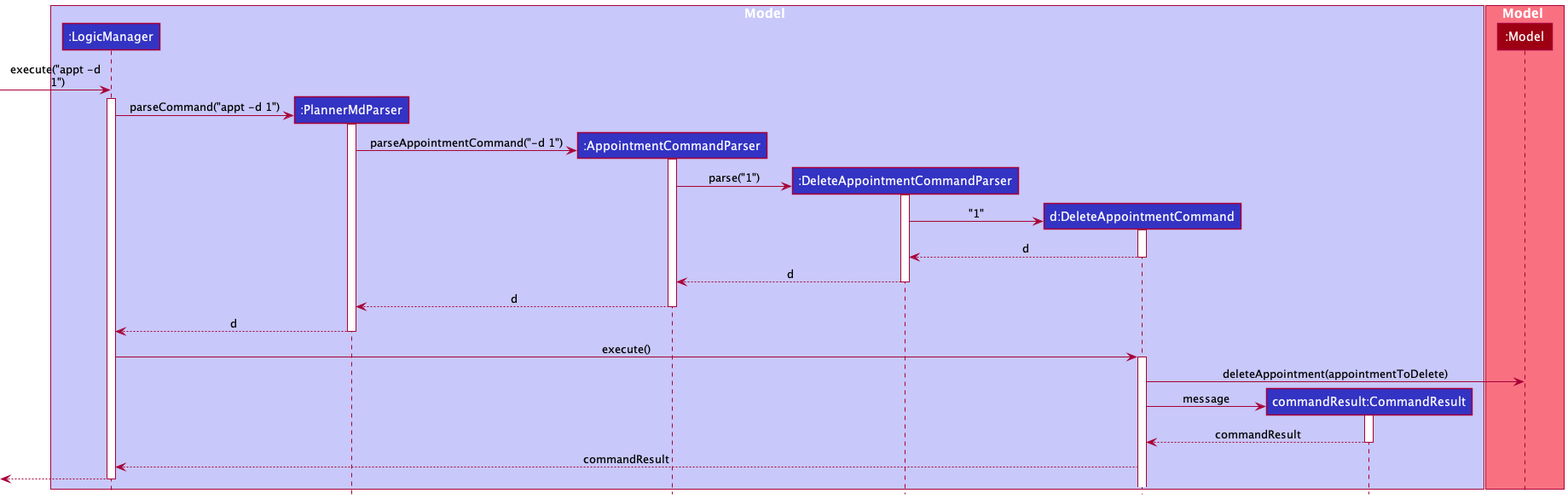
The PlantUML diagram docs/images/DeleteAppointmentSequenceDiagram.png in nus-cs2103-AY2122S1/tp, before a commit. The source it was exported from:
```plantuml
@startuml
!include style.puml

box Model LOGIC_COLOR_T1
participant ":LogicManager" as LogicManager LOGIC_COLOR
participant ":PlannerMdParser" as PlannerMdParser LOGIC_COLOR
participant ":AppointmentCommandParser" as AppointmentCommandParser LOGIC_COLOR
participant ":DeleteAppointmentCommandParser" as DeleteAppointmentCommandParser LOGIC_COLOR
participant "d:DeleteAppointmentCommand" as DeleteAppointmentCommand LOGIC_COLOR
participant "commandResult:CommandResult" as CommandResult LOGIC_COLOR
end box
box Model MODEL_COLOR_T1
participant ":Model" as Model MODEL_COLOR
end box

create LogicManager
[-> LogicManager : execute("appt -d\n 1")
activate LogicManager

create PlannerMdParser
LogicManager -> PlannerMdParser : parseCommand("appt -d 1")
activate PlannerMdParser

create AppointmentCommandParser
PlannerMdParser -> AppointmentCommandParser : parseAppointmentCommand("-d 1")
activate AppointmentCommandParser

create DeleteAppointmentCommandParser
AppointmentCommandParser -> DeleteAppointmentCommandParser : parse("1")
activate DeleteAppointmentCommandParser

create DeleteAppointmentCommand
DeleteAppointmentCommandParser -> DeleteAppointmentCommand : "1"
activate DeleteAppointmentCommand


DeleteAppointmentCommandParser<--DeleteAppointmentCommand : d
deactivate DeleteAppointmentCommand

AppointmentCommandParser <--DeleteAppointmentCommandParser : d
deactivate DeleteAppointmentCommandParser

PlannerMdParser <--AppointmentCommandParser : d
deactivate AppointmentCommandParser

LogicManager <--PlannerMdParser : d
deactivate PlannerMdParser

LogicManager -> DeleteAppointmentCommand : execute()
activate DeleteAppointmentCommand

DeleteAppointmentCommand -> Model : deleteAppointment(appointmentToDelete)

create CommandResult
DeleteAppointmentCommand -> CommandResult : message
activate CommandResult
CommandResult --> DeleteAppointmentCommand : commandResult
deactivate CommandResult

DeleteAppointmentCommand --> LogicManager : commandResult

[<--LogicManager
deactivate LogicManager

@enduml
```
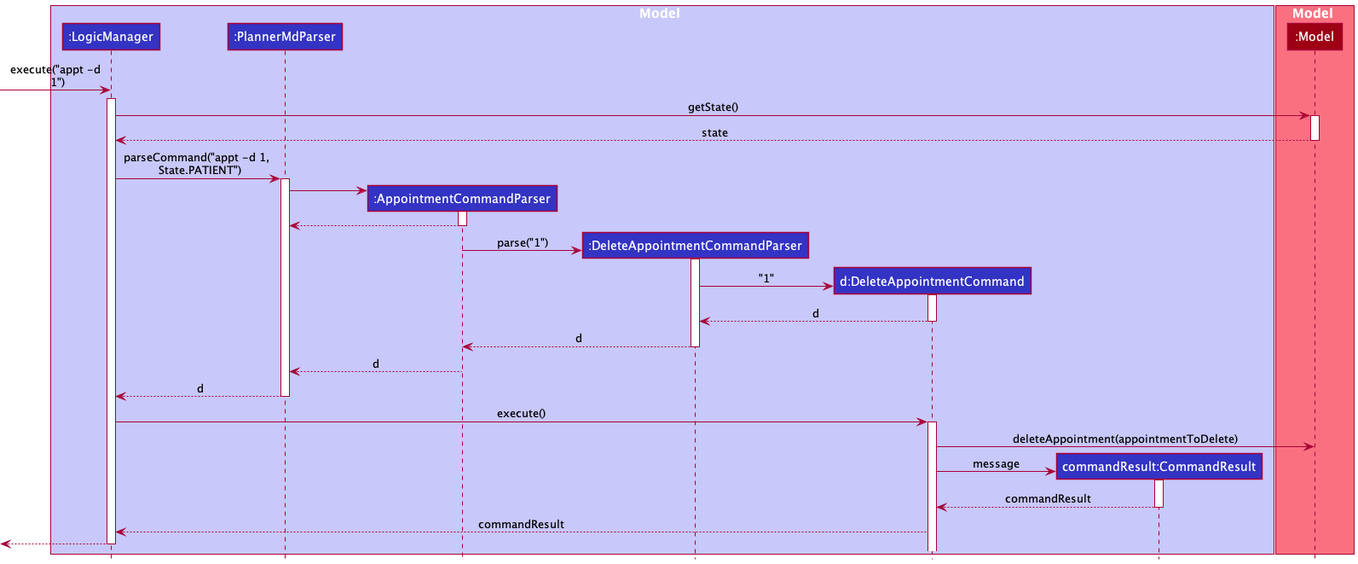
The same diagram one commit later.

What changed in the source:
```diff
@@ -17,13 +17,23 @@
 [-> LogicManager : execute("appt -d\n 1")
 activate LogicManager
 
-create PlannerMdParser
-LogicManager -> PlannerMdParser : parseCommand("appt -d 1")
+LogicManager -> Model : getState()
+activate Model
+
+Model --> LogicManager : state
+deactivate Model
+
+LogicManager -> PlannerMdParser : parseCommand("appt -d 1, \n State.PATIENT")
 activate PlannerMdParser
 
+
+
 create AppointmentCommandParser
-PlannerMdParser -> AppointmentCommandParser : parseAppointmentCommand("-d 1")
+PlannerMdParser -> AppointmentCommandParser
 activate AppointmentCommandParser
+
+AppointmentCommandParser --> PlannerMdParser
+deactivate AppointmentCommandParser
 
 create DeleteAppointmentCommandParser
 AppointmentCommandParser -> DeleteAppointmentCommandParser : parse("1")
```
